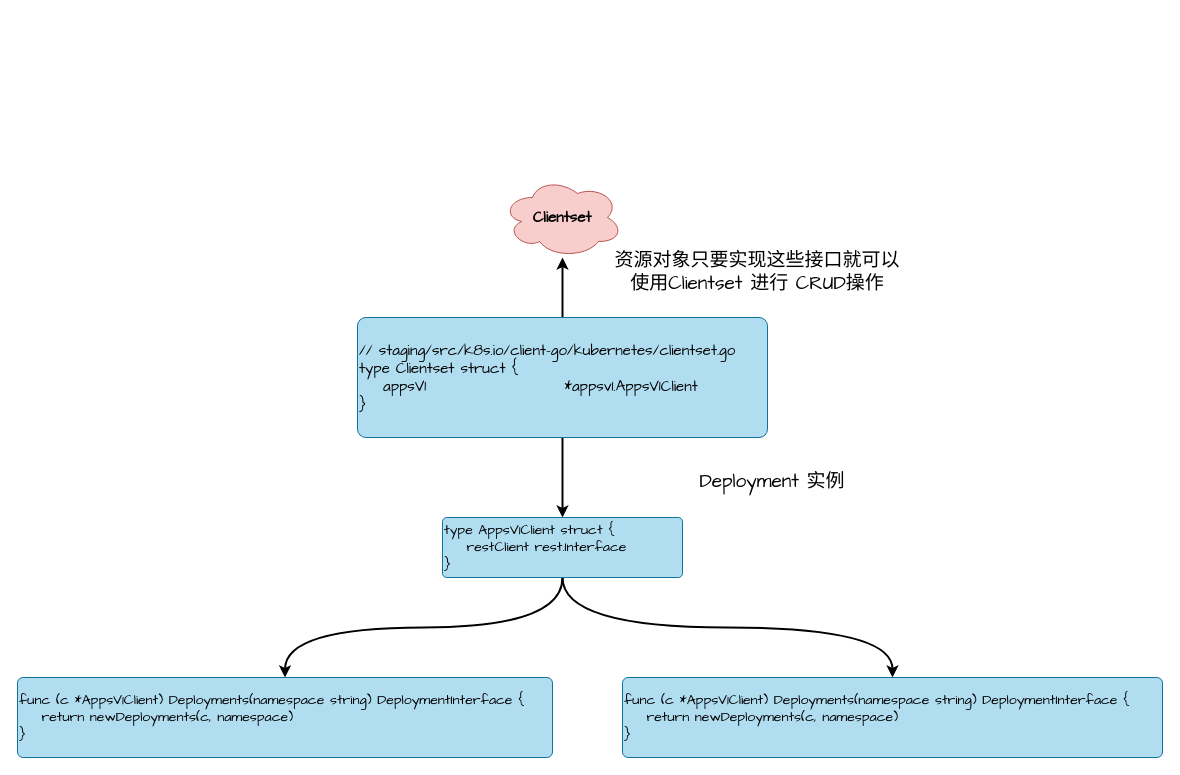
Before: book_sources/images/k8s-clientset-2.drawio in Git-Kyro/gitbook, a draw.io diagram. Source tidied: cells renumbered, new cells numbered last; positions are measured from the earlier drawing's top-left corner, leaving out a move shared by most shapes. Both pictures are drawn from the tidied source at 100%, with x=0, y=0 at pixel (17, 177).
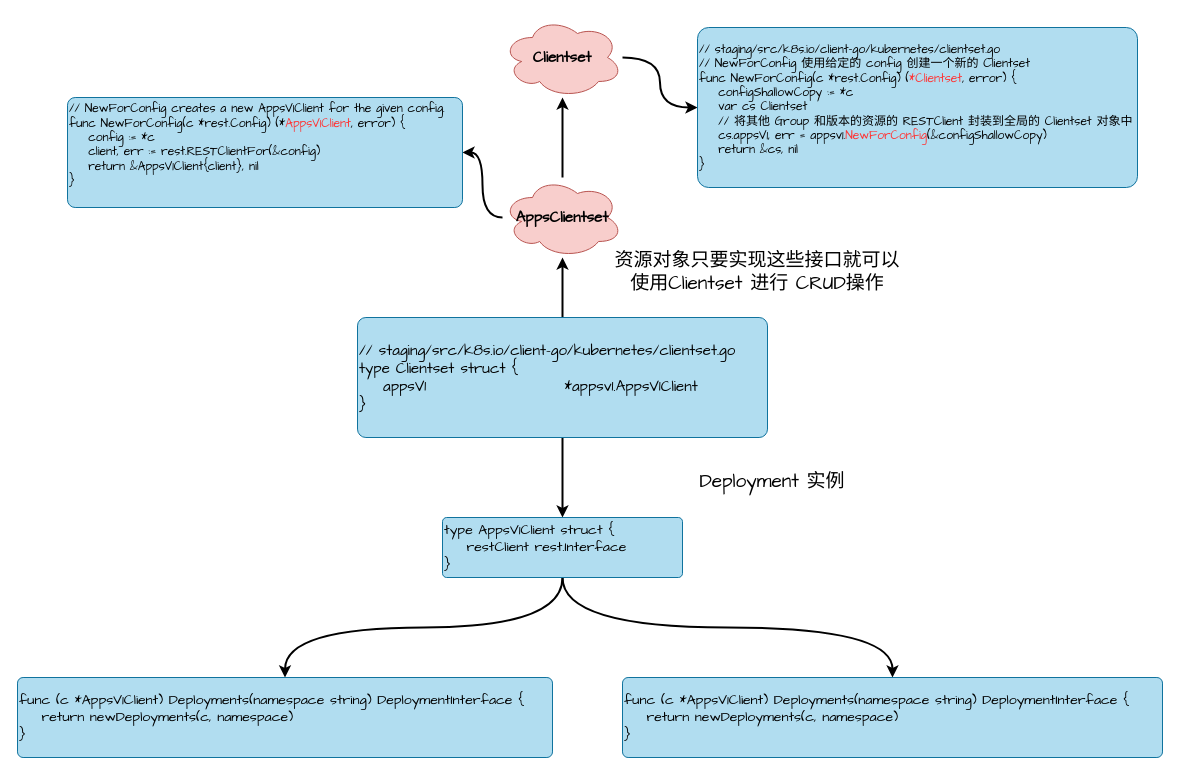
The same diagram, later.

Change to the diagram source:
```diff
@@
 <mxGraphModel>
   <root>
     <mxCell id="0" />
     <mxCell id="1" parent="0" />
     <mxCell id="2" style="edgeStyle=orthogonalEdgeStyle;rounded=0;jettySize=auto;html=1;strokeWidth=2;" parent="1" edge="1" source="4" target="5">
       <mxGeometry relative="1" as="geometry" />
     </mxCell>
     <mxCell id="3" style="rounded=0;jettySize=auto;html=1;fontSize=15;strokeWidth=2;" parent="1" edge="1" source="4" target="8">
       <mxGeometry relative="1" as="geometry" />
     </mxCell>
     <mxCell id="4" value="&lt;div style=&quot;font-size: 15px&quot;&gt;&lt;div&gt;// staging/src/k8s.io/client-go/kubernetes/clientset.go&lt;/div&gt;&lt;div&gt;type Clientset struct {&lt;/div&gt;&lt;div&gt;&amp;nbsp; &amp;nbsp; appsV1&amp;nbsp; &amp;nbsp; &amp;nbsp; &amp;nbsp; &amp;nbsp; &amp;nbsp; &amp;nbsp; &amp;nbsp; &amp;nbsp; &amp;nbsp; &amp;nbsp; &amp;nbsp;*appsv1.AppsV1Client&lt;/div&gt;&lt;div&gt;}&lt;/div&gt;&lt;/div&gt;" style="whiteSpace=wrap;html=1;fontFamily=Comic Sans MS;align=left;fillColor=#b1ddf0;strokeColor=#10739e;rounded=1;arcSize=7;" parent="1" vertex="1">
       <mxGeometry x="340" y="140" width="410" height="120" as="geometry" />
     </mxCell>
+    <mxCell id="13" style="edgeStyle=orthogonalEdgeStyle;curved=1;rounded=0;jettySize=auto;html=1;fontFamily=Comic Sans MS;fontSize=19;strokeWidth=2;" parent="1" edge="1" source="5" target="16">
+      <mxGeometry relative="1" as="geometry" />
+    </mxCell>
+    <mxCell id="14" style="edgeStyle=orthogonalEdgeStyle;curved=1;rounded=0;jettySize=auto;html=1;fontFamily=Comic Sans MS;fontSize=19;fontColor=#FF3333;strokeWidth=2;" parent="1" edge="1" source="5" target="18">
+      <mxGeometry relative="1" as="geometry" />
+    </mxCell>
-    <mxCell id="5" value="&lt;font style=&quot;font-size: 15px&quot;&gt;&lt;b&gt;Clientset&lt;/b&gt;&lt;/font&gt;" style="ellipse;shape=cloud;whiteSpace=wrap;html=1;fontFamily=Comic Sans MS;align=center;fillColor=#f8cecc;strokeColor=#b85450;rounded=1;arcSize=7;" parent="1" vertex="1">
+    <mxCell id="5" value="&lt;font style=&quot;font-size: 15px&quot;&gt;&lt;b&gt;AppsClientset&lt;/b&gt;&lt;/font&gt;" style="ellipse;shape=cloud;whiteSpace=wrap;html=1;fontFamily=Comic Sans MS;align=center;fillColor=#f8cecc;strokeColor=#b85450;rounded=1;arcSize=7;" parent="1" vertex="1">
       <mxGeometry x="485" width="120" height="80" as="geometry" />
     </mxCell>
     <mxCell id="6" style="edgeStyle=orthogonalEdgeStyle;curved=1;rounded=0;jettySize=auto;html=1;fontSize=14;strokeWidth=2;" parent="1" edge="1" source="8" target="9">
       <mxGeometry relative="1" as="geometry" />
     </mxCell>
     <mxCell id="7" style="edgeStyle=orthogonalEdgeStyle;curved=1;rounded=0;jettySize=auto;html=1;fontSize=14;strokeWidth=2;" parent="1" edge="1" source="8" target="10">
       <mxGeometry relative="1" as="geometry" />
     </mxCell>
     <mxCell id="8" value="&lt;div style=&quot;font-size: 14px&quot;&gt;&lt;font style=&quot;font-size: 14px&quot;&gt;type AppsV1Client struct {&lt;/font&gt;&lt;/div&gt;&lt;div style=&quot;font-size: 14px&quot;&gt;&lt;font style=&quot;font-size: 14px&quot;&gt;&amp;nbsp; &amp;nbsp; restClient rest.Interface&lt;/font&gt;&lt;/div&gt;&lt;div style=&quot;font-size: 14px&quot;&gt;&lt;font style=&quot;font-size: 14px&quot;&gt;}&lt;/font&gt;&lt;/div&gt;" style="whiteSpace=wrap;html=1;fontFamily=Comic Sans MS;align=left;fillColor=#b1ddf0;strokeColor=#10739e;rounded=1;arcSize=7;" parent="1" vertex="1">
       <mxGeometry x="425" y="340" width="240" height="60" as="geometry" />
     </mxCell>
     <mxCell id="9" value="&lt;div style=&quot;font-size: 14px&quot;&gt;&lt;div&gt;func (c *AppsV1Client) Deployments(namespace string) DeploymentInterface {&lt;/div&gt;&lt;div&gt;&amp;nbsp; &amp;nbsp; return newDeployments(c, namespace)&lt;/div&gt;&lt;div&gt;}&lt;/div&gt;&lt;/div&gt;" style="whiteSpace=wrap;html=1;fontFamily=Comic Sans MS;align=left;fillColor=#b1ddf0;strokeColor=#10739e;rounded=1;arcSize=7;" parent="1" vertex="1">
       <mxGeometry y="500" width="535" height="80" as="geometry" />
     </mxCell>
     <mxCell id="10" value="&lt;div style=&quot;font-size: 14px&quot;&gt;&lt;div&gt;func (c *AppsV1Client) Deployments(namespace string) DeploymentInterface {&lt;/div&gt;&lt;div&gt;&amp;nbsp; &amp;nbsp; return newDeployments(c, namespace)&lt;/div&gt;&lt;div&gt;}&lt;/div&gt;&lt;/div&gt;" style="whiteSpace=wrap;html=1;fontFamily=Comic Sans MS;align=left;fillColor=#b1ddf0;strokeColor=#10739e;rounded=1;arcSize=7;" parent="1" vertex="1">
       <mxGeometry x="605" y="500" width="540" height="80" as="geometry" />
     </mxCell>
     <mxCell id="11" value="&lt;font face=&quot;Comic Sans MS&quot; style=&quot;font-size: 19px&quot;&gt;资源对象只要实现这些接口就可以使用Clientset 进行 CRUD操作&lt;/font&gt;" style="text;html=1;strokeColor=none;fillColor=none;align=center;verticalAlign=middle;whiteSpace=wrap;rounded=0;fontSize=14;" parent="1" vertex="1">
       <mxGeometry x="590" y="80" width="300" height="30" as="geometry" />
     </mxCell>
     <mxCell id="12" value="&lt;font face=&quot;Comic Sans MS&quot;&gt;&lt;span style=&quot;font-size: 19px&quot;&gt;Deployment 实例&lt;/span&gt;&lt;/font&gt;" style="text;html=1;strokeColor=none;fillColor=none;align=center;verticalAlign=middle;whiteSpace=wrap;rounded=0;fontSize=14;" parent="1" vertex="1">
       <mxGeometry x="605" y="290" width="300" height="30" as="geometry" />
     </mxCell>
+    <mxCell id="15" style="edgeStyle=orthogonalEdgeStyle;curved=1;rounded=0;jettySize=auto;html=1;fontFamily=Comic Sans MS;fontSize=19;strokeWidth=2;" parent="1" edge="1" source="16" target="17">
+      <mxGeometry relative="1" as="geometry" />
+    </mxCell>
+    <mxCell id="16" value="&lt;font style=&quot;font-size: 15px&quot;&gt;&lt;b&gt;Clientset&lt;/b&gt;&lt;/font&gt;" style="ellipse;shape=cloud;whiteSpace=wrap;html=1;fontFamily=Comic Sans MS;align=center;fillColor=#f8cecc;strokeColor=#b85450;rounded=1;arcSize=7;" parent="1" vertex="1">
+      <mxGeometry x="485" y="-160" width="120" height="80" as="geometry" />
+    </mxCell>
+    <mxCell id="17" value="&lt;div&gt;// staging/src/k8s.io/client-go/kubernetes/clientset.go&lt;/div&gt;&lt;div&gt;// NewForConfig 使用给定的 config 创建一个新的 Clientset&lt;/div&gt;&lt;div&gt;func NewForConfig(c *rest.Config) (&lt;font color=&quot;#ff3333&quot;&gt;*Clientset&lt;/font&gt;, error) {&lt;/div&gt;&lt;div&gt;&amp;nbsp; &amp;nbsp; configShallowCopy := *c&lt;/div&gt;&lt;div&gt;&amp;nbsp; &amp;nbsp; var cs Clientset&lt;/div&gt;&lt;div&gt;&amp;nbsp; &amp;nbsp; // 将其他 Group 和版本的资源的 RESTClient 封装到全局的 Clientset 对象中&lt;/div&gt;&lt;div&gt;&amp;nbsp; &amp;nbsp; cs.appsV1, err = appsv1.&lt;font color=&quot;#ff3333&quot;&gt;NewForConfig&lt;/font&gt;(&amp;amp;configShallowCopy)&lt;/div&gt;&lt;div&gt;&amp;nbsp; &amp;nbsp; return &amp;amp;cs, nil&lt;/div&gt;&lt;div&gt;}&lt;/div&gt;" style="rounded=1;whiteSpace=wrap;html=1;fontFamily=Comic Sans MS;fillColor=#b1ddf0;strokeColor=#10739e;arcSize=7;align=left;" parent="1" vertex="1">
+      <mxGeometry x="680" y="-150" width="440" height="160" as="geometry" />
+    </mxCell>
+    <mxCell id="18" value="&lt;div&gt;// NewForConfig creates a new AppsV1Client for the given config.&lt;/div&gt;&lt;div&gt;func NewForConfig(c *rest.Config) (*&lt;font color=&quot;#ff3333&quot;&gt;AppsV1Client&lt;/font&gt;, error) {&lt;/div&gt;&lt;div&gt;&amp;nbsp; &amp;nbsp; config := *c&lt;/div&gt;&lt;div&gt;&amp;nbsp; &amp;nbsp; client, err := rest.RESTClientFor(&amp;amp;config)&lt;/div&gt;&lt;div&gt;&amp;nbsp; &amp;nbsp; return &amp;amp;AppsV1Client{client}, nil&lt;/div&gt;&lt;div&gt;}&lt;/div&gt;&lt;div&gt;&lt;br&gt;&lt;/div&gt;" style="whiteSpace=wrap;html=1;fontFamily=Comic Sans MS;fillColor=#b1ddf0;strokeColor=#10739e;rounded=1;arcSize=7;align=left;" parent="1" vertex="1">
+      <mxGeometry x="50" y="-80" width="395" height="110" as="geometry" />
+    </mxCell>
   </root>
 </mxGraphModel>
```
